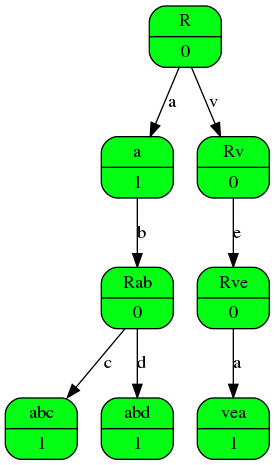
ReposAcces/AutomatonMinimization keeps this Graphviz diagram as Trie/AFD.png. Above is the earlier version. Its source is kept beside it as Trie/AFD.dot.
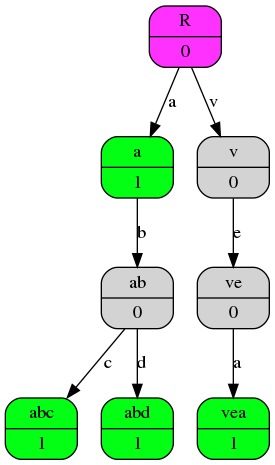
After the commit.

What changed in the source:
```diff
@@ -1,19 +1,19 @@
 digraph ll {
 	node [shape=Mrecord];
-	 [style=filled, fillcolor="#02ff14", label="{ <data>   | <ew> 0 }"];
+	R[style=filled, fillcolor="#ff31ff", label="{ <data> R | <ew> 0 }"];
 	a[style=filled, fillcolor="#02ff14", label="{ <data> a | <ew> 1 }"];
-	 ab[style=filled, fillcolor="#02ff14", label="{ <data>  ab | <ew> 0 }"];
+	ab[style=filled, fillcolor="", label="{ <data> ab | <ew> 0 }"];
 	abc[style=filled, fillcolor="#02ff14", label="{ <data> abc | <ew> 1 }"];
 	abd[style=filled, fillcolor="#02ff14", label="{ <data> abd | <ew> 1 }"];
-	 v[style=filled, fillcolor="#02ff14", label="{ <data>  v | <ew> 0 }"];
-	 ve[style=filled, fillcolor="#02ff14", label="{ <data>  ve | <ew> 0 }"];
+	v[style=filled, fillcolor="", label="{ <data> v | <ew> 0 }"];
+	ve[style=filled, fillcolor="", label="{ <data> ve | <ew> 0 }"];
 	vea[style=filled, fillcolor="#02ff14", label="{ <data> vea | <ew> 1 }"];
 
-	 :ew:c -> a [label=a];
-	 :ew:c ->  v [label=v];
-	a:ew:c ->  ab [label=b];
-	 v:ew:c ->  ve [label=e];
-	 ab:ew:c -> abc [label=c];
-	 ab:ew:c -> abd [label=d];
-	 ve:ew:c -> vea [label=a];
+	R:ew:c -> a [label=a];
+	R:ew:c -> v [label=v];
+	a:ew:c -> ab [label=b];
+	v:ew:c -> ve [label=e];
+	ab:ew:c -> abc [label=c];
+	ab:ew:c -> abd [label=d];
+	ve:ew:c -> vea [label=a];
 }
```
